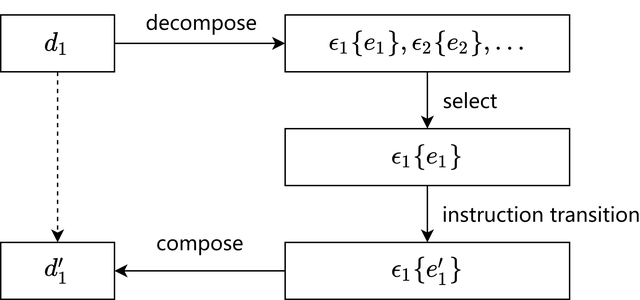
coned/step-evaluator keeps this draw.io diagram as img/struct.png. Above is the earlier version. Source tidied: cells renumbered, new cells last; positions are measured from the earlier drawing's top-left corner, leaving out a move shared by most shapes. Its diagram source:
```xml
<mxGraphModel math="1">
  <root>
    <mxCell id="0" />
    <mxCell id="1" parent="0" />
    <mxCell id="2" value="&lt;p&gt;&lt;font style=&quot;font-size: 15px&quot;&gt;$$d_1$$&lt;/font&gt;&lt;/p&gt;" style="rounded=0;whiteSpace=wrap;html=1;verticalAlign=middle;align=center;labelBackgroundColor=none;" parent="1" vertex="1">
      <mxGeometry width="80" height="40" as="geometry" />
    </mxCell>
    <mxCell id="3" value="select" style="edgeStyle=orthogonalEdgeStyle;rounded=0;jettySize=auto;html=1;exitX=0.5;exitY=1;exitDx=0;exitDy=0;entryX=0.5;entryY=0;entryDx=0;entryDy=0;fontSize=14;fontFamily=TeXGyrePagella;" parent="1" edge="1" source="4" target="8">
      <mxGeometry y="30" relative="1" as="geometry" />
    </mxCell>
    <mxCell id="4" value="&lt;p&gt;&lt;font style=&quot;font-size: 15px&quot;&gt;$$\epsilon_1\{e_1\}, \epsilon_2\{e_2\}, ...$$&lt;/font&gt;&lt;/p&gt;" style="rounded=0;whiteSpace=wrap;html=1;verticalAlign=middle;align=center;labelBackgroundColor=none;" parent="1" vertex="1">
      <mxGeometry x="200" width="200" height="40" as="geometry" />
    </mxCell>
    <mxCell id="5" style="endArrow=classic;html=1;exitX=1;exitY=0.5;exitDx=0;exitDy=0;" parent="1" edge="1" source="2">
      <mxGeometry relative="1" as="geometry">
        <mxPoint x="200" y="20" as="targetPoint" />
      </mxGeometry>
    </mxCell>
    <mxCell id="6" value="decompose" style="edgeLabel;html=1;align=center;verticalAlign=middle;fontSize=14;fontFamily=TeXGyrePagella;" parent="5" vertex="1">
      <mxGeometry x="-0.19" y="3" relative="1" as="geometry">
        <mxPoint x="11" y="-13" as="offset" />
      </mxGeometry>
    </mxCell>
    <mxCell id="7" value="instruction transition" style="edgeStyle=orthogonalEdgeStyle;rounded=0;jettySize=auto;html=1;exitX=0.5;exitY=1;exitDx=0;exitDy=0;entryX=0.5;entryY=0;entryDx=0;entryDy=0;fontSize=14;fontFamily=TeXGyrePagella;" parent="1" edge="1" source="8" target="9">
      <mxGeometry y="80" relative="1" as="geometry" />
    </mxCell>
    <mxCell id="8" value="&lt;span style=&quot;font-size: 15px&quot;&gt;$$\epsilon_1\{e_1\}$$&lt;/span&gt;" style="rounded=0;whiteSpace=wrap;html=1;labelBackgroundColor=none;fontSize=14;align=center;verticalAlign=middle;" parent="1" vertex="1">
      <mxGeometry x="200" y="80" width="200" height="40" as="geometry" />
    </mxCell>
    <mxCell id="9" value="&lt;span style=&quot;font-size: 15px&quot;&gt;$$\epsilon_1\{e_1'\}$$&lt;/span&gt;" style="rounded=0;whiteSpace=wrap;html=1;labelBackgroundColor=none;fontSize=14;align=center;verticalAlign=middle;" parent="1" vertex="1">
      <mxGeometry x="200" y="160" width="200" height="40" as="geometry" />
    </mxCell>
    <mxCell id="10" value="&lt;p&gt;&lt;font style=&quot;font-size: 15px&quot;&gt;$$d_1'$$&lt;/font&gt;&lt;/p&gt;" style="rounded=0;whiteSpace=wrap;html=1;verticalAlign=middle;align=center;labelBackgroundColor=none;" parent="1" vertex="1">
      <mxGeometry y="160" width="80" height="40" as="geometry" />
    </mxCell>
    <mxCell id="11" value="compose" style="endArrow=classic;html=1;fontSize=14;entryX=1;entryY=0.5;entryDx=0;entryDy=0;exitX=0;exitY=0.5;exitDx=0;exitDy=0;fontFamily=TeXGyrePagella;" parent="1" edge="1">
      <mxGeometry y="-20" relative="1" as="geometry">
        <mxPoint x="200" y="180" as="sourcePoint" />
        <mxPoint x="80" y="180" as="targetPoint" />
      </mxGeometry>
    </mxCell>
    <mxCell id="12" style="endArrow=classic;html=1;fontSize=14;exitX=0.5;exitY=1;exitDx=0;exitDy=0;entryX=0.5;entryY=0;entryDx=0;entryDy=0;dashed=1;" parent="1" edge="1" source="2" target="10">
      <mxGeometry relative="1" as="geometry" />
    </mxCell>
  </root>
</mxGraphModel>
```
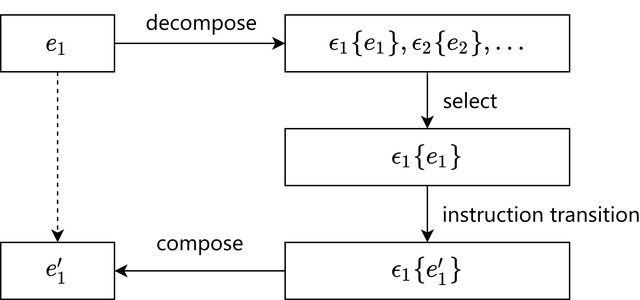
After the commit.

The edit, as a diff of the source:
```diff
@@ -2,7 +2,7 @@
   <root>
     <mxCell id="0" />
     <mxCell id="1" parent="0" />
-    <mxCell id="2" value="&lt;p&gt;&lt;font style=&quot;font-size: 15px&quot;&gt;$$d_1$$&lt;/font&gt;&lt;/p&gt;" style="rounded=0;whiteSpace=wrap;html=1;verticalAlign=middle;align=center;labelBackgroundColor=none;" parent="1" vertex="1">
+    <mxCell id="2" value="&lt;p&gt;&lt;font style=&quot;font-size: 15px&quot;&gt;$$e_1$$&lt;/font&gt;&lt;/p&gt;" style="rounded=0;whiteSpace=wrap;html=1;verticalAlign=middle;align=center;labelBackgroundColor=none;" parent="1" vertex="1">
       <mxGeometry width="80" height="40" as="geometry" />
     </mxCell>
     <mxCell id="3" value="select" style="edgeStyle=orthogonalEdgeStyle;rounded=0;jettySize=auto;html=1;exitX=0.5;exitY=1;exitDx=0;exitDy=0;entryX=0.5;entryY=0;entryDx=0;entryDy=0;fontSize=14;fontFamily=TeXGyrePagella;" parent="1" edge="1" source="4" target="8">
@@ -30,7 +30,7 @@
     <mxCell id="9" value="&lt;span style=&quot;font-size: 15px&quot;&gt;$$\epsilon_1\{e_1'\}$$&lt;/span&gt;" style="rounded=0;whiteSpace=wrap;html=1;labelBackgroundColor=none;fontSize=14;align=center;verticalAlign=middle;" parent="1" vertex="1">
       <mxGeometry x="200" y="160" width="200" height="40" as="geometry" />
     </mxCell>
-    <mxCell id="10" value="&lt;p&gt;&lt;font style=&quot;font-size: 15px&quot;&gt;$$d_1'$$&lt;/font&gt;&lt;/p&gt;" style="rounded=0;whiteSpace=wrap;html=1;verticalAlign=middle;align=center;labelBackgroundColor=none;" parent="1" vertex="1">
+    <mxCell id="10" value="&lt;p&gt;&lt;font style=&quot;font-size: 15px&quot;&gt;$$e_1'$$&lt;/font&gt;&lt;/p&gt;" style="rounded=0;whiteSpace=wrap;html=1;verticalAlign=middle;align=center;labelBackgroundColor=none;" parent="1" vertex="1">
       <mxGeometry y="160" width="80" height="40" as="geometry" />
     </mxCell>
     <mxCell id="11" value="compose" style="endArrow=classic;html=1;fontSize=14;entryX=1;entryY=0.5;entryDx=0;entryDy=0;exitX=0;exitY=0.5;exitDx=0;exitDy=0;fontFamily=TeXGyrePagella;" parent="1" edge="1">
```
